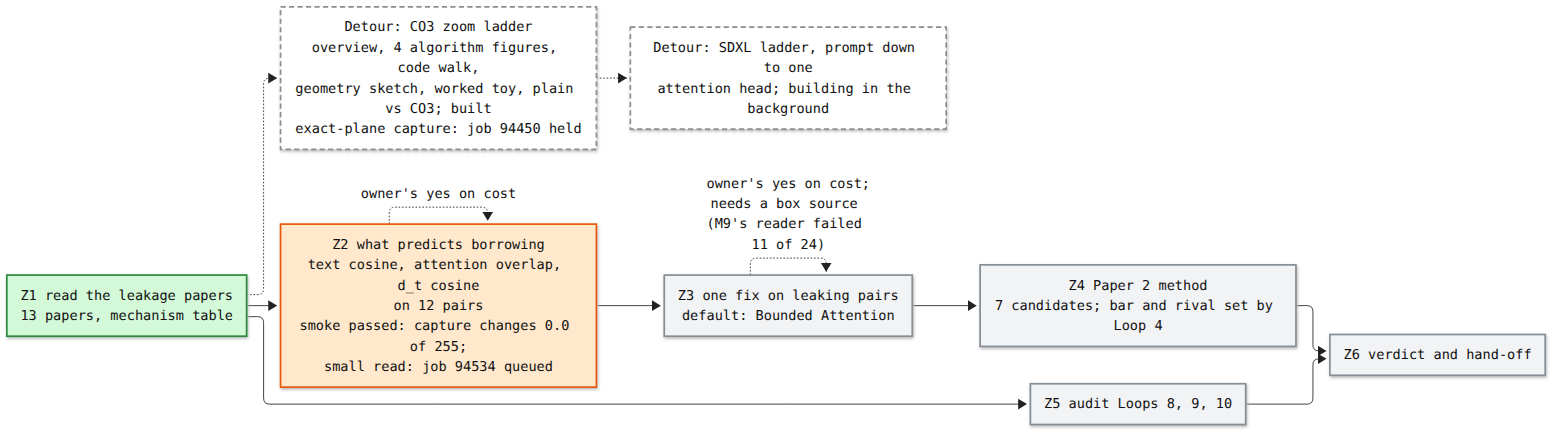
This is artifacts/notes/progress/leakage/loop-12-progress.png from mo-rsa24/concept-composition, a Mermaid export, as it was before one commit. Its source is kept beside it as artifacts/notes/progress/leakage/loop-12-progress.mmd. Source of this version:
```mermaid
%%{init: {'theme': 'base', 'themeVariables': {'fontFamily': 'monospace', 'primaryColor': '#ffffff', 'primaryBorderColor': '#222222', 'primaryTextColor': '#111111', 'lineColor': '#222222'}}}%%
flowchart LR
  Z1["Z1 read the leakage papers<br/>13 papers, mechanism table"]:::done
  Z2["Z2 what predicts borrowing<br/>text cosine, attention overlap, d_t cosine<br/>on 12 pairs<br/>smoke passed: capture changes 0.0 of 255;<br/>small read: job 94534 queued"]:::doing
  Z3["Z3 one fix on leaking pairs<br/>default: Bounded Attention"]:::todo
  Z4["Z4 Paper 2 method<br/>7 candidates; bar and rival set by Loop 4"]:::todo
  Z5["Z5 audit Loops 8, 9, 10"]:::todo
  Z6["Z6 verdict and hand-off"]:::todo
  LAD["Detour: CO3 zoom ladder<br/>overview, 4 algorithm figures, code walk,<br/>geometry sketch, worked toy, plain vs CO3; built<br/>exact-plane capture: job 94450 held"]:::detour
  Z1 -.-> LAD
  SDX["Detour: SDXL ladder, prompt down to one<br/>attention head; building in the background"]:::detour
  LAD -.-> SDX
  Z1 --> Z2 --> Z3 --> Z4 --> Z6
  Z1 --> Z5 --> Z6
  Z2 -. "owner's yes on cost" .-> Z2
  Z3 -. "owner's yes on cost;<br/>needs a box source (M9's reader failed 11 of 24)" .-> Z3
  classDef done fill:#d3f9d8,stroke:#2b8a3e,stroke-width:2px
  classDef doing fill:#ffe8cc,stroke:#e8590c,stroke-width:2px
  classDef detour fill:#ffffff,stroke:#868e96,stroke-width:2px,stroke-dasharray: 6 4
  classDef todo fill:#f1f3f5,stroke:#868e96,stroke-width:2px
```
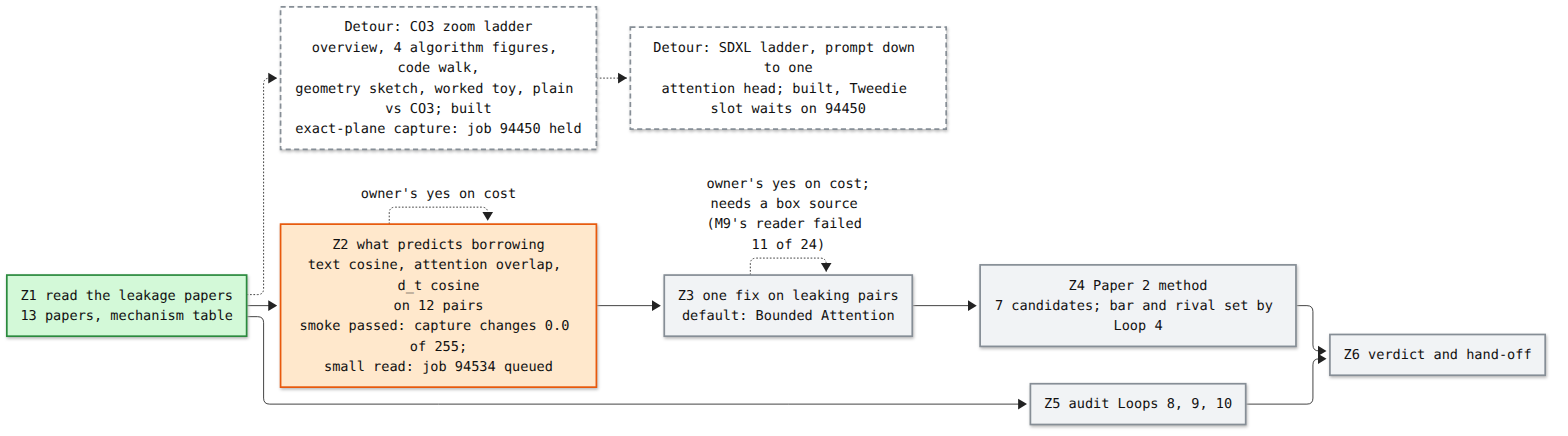
Above is the later version.

Commit message:
Loop 12 map: SDXL ladder built

The edit, as a diff of the source:
```diff
@@ -8,7 +8,7 @@
   Z6["Z6 verdict and hand-off"]:::todo
   LAD["Detour: CO3 zoom ladder<br/>overview, 4 algorithm figures, code walk,<br/>geometry sketch, worked toy, plain vs CO3; built<br/>exact-plane capture: job 94450 held"]:::detour
   Z1 -.-> LAD
-  SDX["Detour: SDXL ladder, prompt down to one<br/>attention head; building in the background"]:::detour
+  SDX["Detour: SDXL ladder, prompt down to one<br/>attention head; built, Tweedie slot waits on 94450"]:::detour
   LAD -.-> SDX
   Z1 --> Z2 --> Z3 --> Z4 --> Z6
   Z1 --> Z5 --> Z6
```
